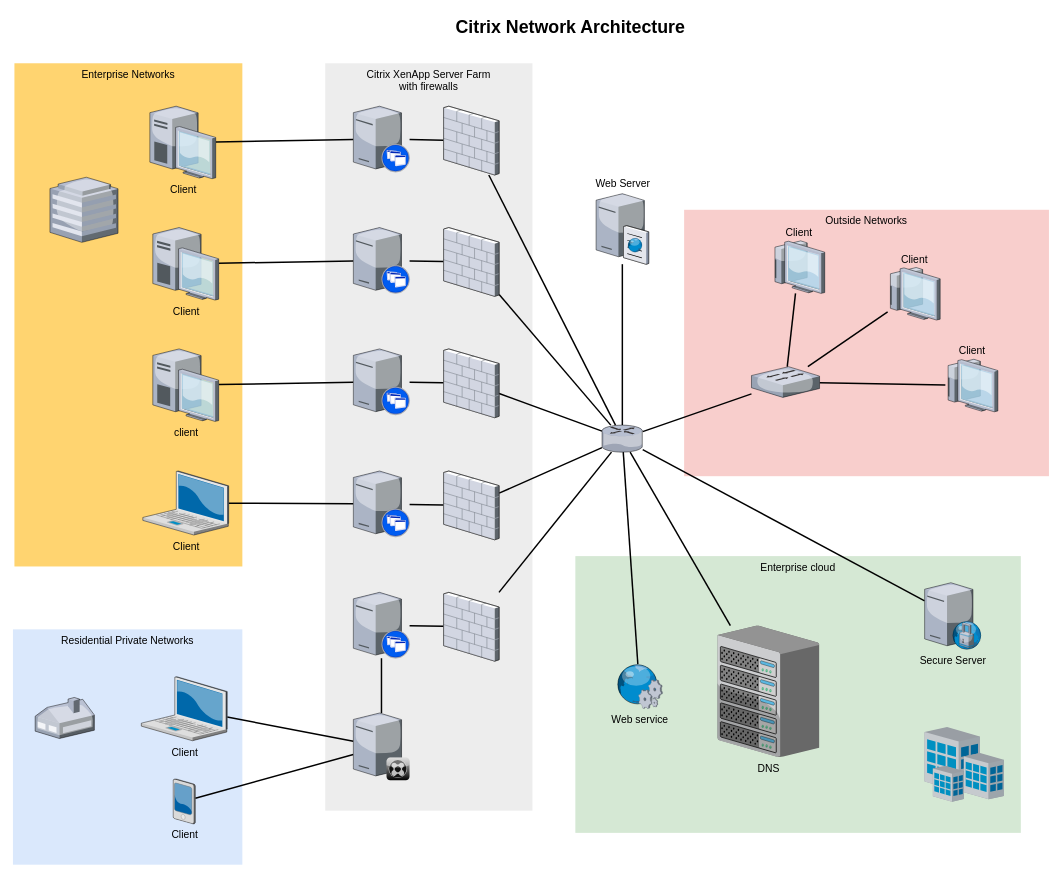
Lynn-nashe/Lynn-nashe keeps this draw.io diagram as Untitled Diagram.drawio. Above is the earlier version. Source tidied: cells renumbered, new cells numbered last; positions are measured from the earlier drawing's top-left corner, leaving out a move shared by most shapes. Both pictures are drawn from the tidied source at 74%, with x=0, y=0 at pixel (13, 13).
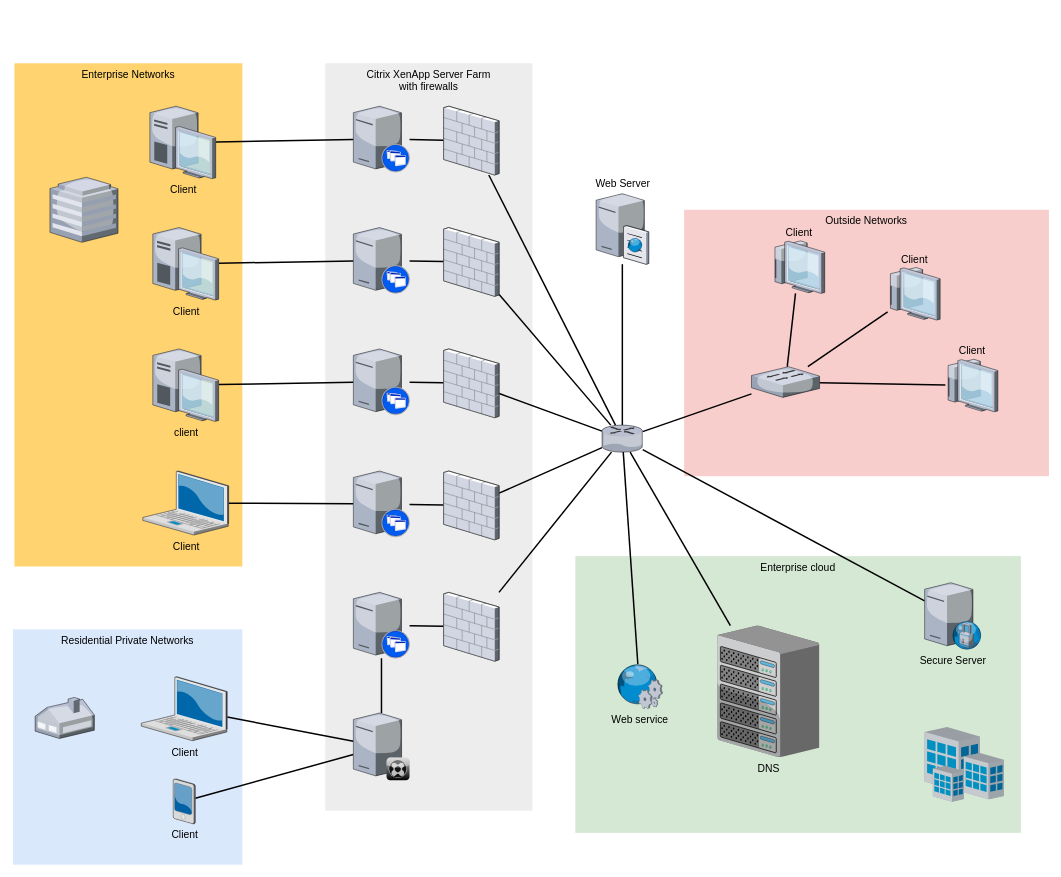
The same page after the edit.

Commit message:
Update LAN Network Diagram.drawio

The edit, as a diff of the source:
```diff
@@
-    <mxCell id="61" value="Citrix Network Architecture" style="text;strokeColor=none;fillColor=none;html=1;fontSize=24;fontStyle=1;verticalAlign=middle;align=center;" parent="1" vertex="1">
-      <mxGeometry x="322" width="861" height="40" as="geometry" />
-    </mxCell>
```
